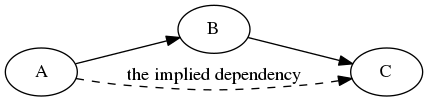
This is images/are-my-services-3-simple.png from ane/ane.github.io, a Graphviz export, as it was before one commit. Its source is kept beside it as images/are-my-services-3-simple.dot.
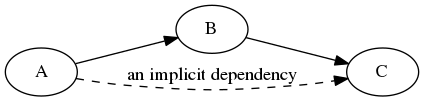
After the change.

Diff of the diagram source:
```diff
@@ -1,5 +1,5 @@
 digraph {
     rankdir="LR"
     {rankdir=same; A -> B -> C}
-    A -> C[style=dashed; label="the implied dependency"];
+    A -> C[style=dashed; label="an implicit dependency"];
 }
```
